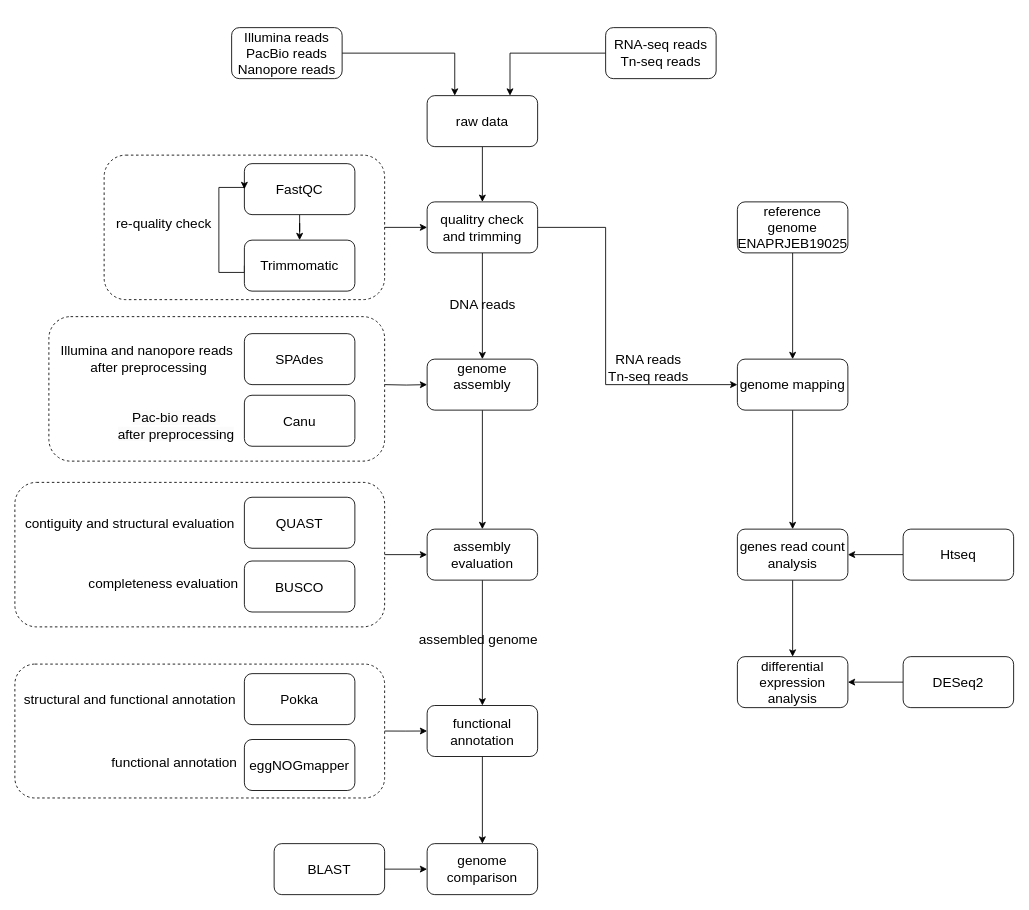
This is 0_project_plan_and_literature/flowchart_file.drawio from YucinC/genome_analysis_project, a draw.io file, before an edit. Source tidied: cells renumbered, new cells numbered last; positions are measured from the earlier drawing's top-left corner, leaving out a move shared by most shapes. Both pictures are drawn from the tidied source at 85%, with x=0, y=0 at pixel (14, 27).
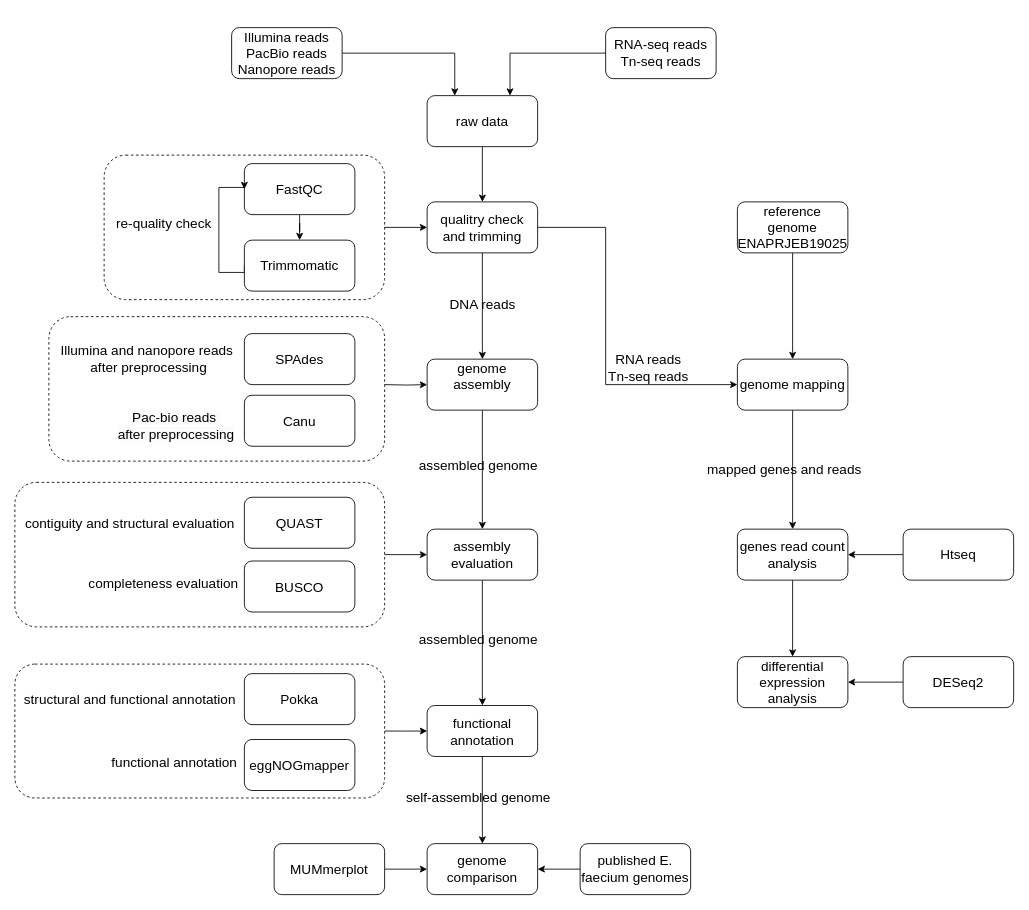
The same diagram, later.

The change refers to these unchanged cells:
```xml
<mxCell id="17" value="genome comparison" style="whiteSpace=wrap;html=1;rounded=1;fontSize=16;" parent="1" vertex="1">
  <mxGeometry x="485" y="960" width="130" height="60" as="geometry" />
</mxCell>
```

The edit, as a diff of the source:
```diff
@@
-    <mxCell id="44" value="BLAST" style="whiteSpace=wrap;html=1;rounded=1;fontSize=16;" parent="1" vertex="1">
+    <mxCell id="44" value="MUMmerplot" style="whiteSpace=wrap;html=1;rounded=1;fontSize=16;" parent="1" vertex="1">
       <mxGeometry x="305" y="960" width="130" height="60" as="geometry" />
     </mxCell>
@@
+    <mxCell id="60" style="edgeStyle=orthogonalEdgeStyle;rounded=0;jettySize=auto;html=1;exitX=0;exitY=0.5;exitDx=0;exitDy=0;entryX=1;entryY=0.5;entryDx=0;entryDy=0;" parent="1" edge="1" source="61" target="17">
+      <mxGeometry relative="1" as="geometry" />
+    </mxCell>
+    <mxCell id="61" value="published E. faecium genomes" style="whiteSpace=wrap;html=1;rounded=1;fontSize=16;" parent="1" vertex="1">
+      <mxGeometry x="665" y="960" width="130" height="60" as="geometry" />
+    </mxCell>
+    <mxCell id="62" value="&lt;font style=&quot;font-size: 16px;&quot;&gt;self-assembled genome&lt;/font&gt;" style="text;html=1;align=center;verticalAlign=middle;strokeColor=none;fillColor=none;" parent="1" vertex="1">
+      <mxGeometry x="450" y="890" width="190" height="30" as="geometry" />
+    </mxCell>
+    <mxCell id="63" value="&lt;font style=&quot;font-size: 16px;&quot;&gt;assembled genome&lt;/font&gt;" style="text;html=1;align=center;verticalAlign=middle;strokeColor=none;fillColor=none;" parent="1" vertex="1">
+      <mxGeometry x="465" y="500" width="160" height="30" as="geometry" />
+    </mxCell>
+    <mxCell id="64" value="&lt;font style=&quot;font-size: 16px;&quot;&gt;mapped genes and reads&lt;/font&gt;" style="text;html=1;align=center;verticalAlign=middle;strokeColor=none;fillColor=none;" parent="1" vertex="1">
+      <mxGeometry x="805" y="505" width="200" height="30" as="geometry" />
+    </mxCell>
```
